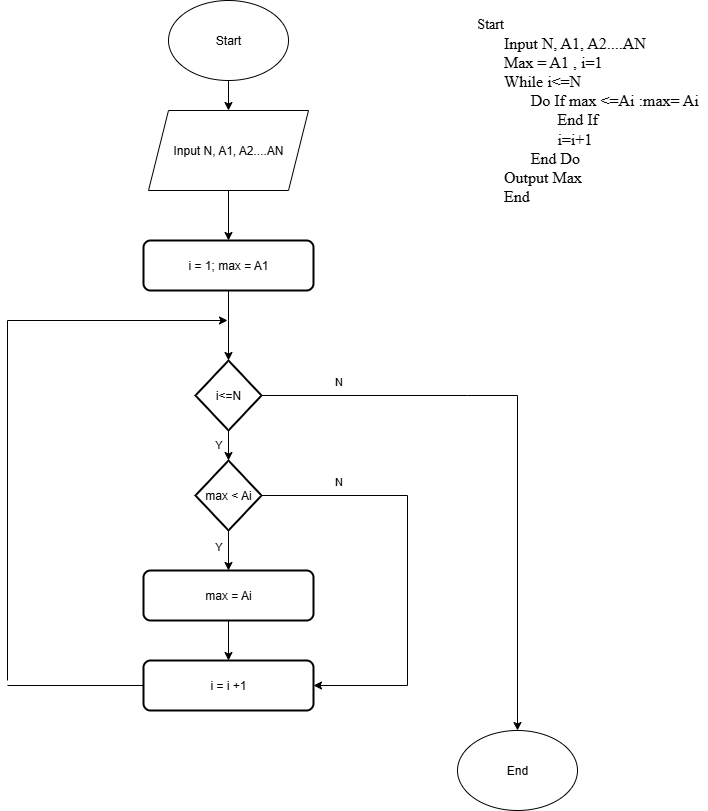
This is ss3_pseudo/bai5.png from DoanNhatLong/m1_c09, a draw.io export, as it was before one commit. Source tidied: cells renumbered, new cells last; positions are measured from the earlier drawing's top-left corner, leaving out a move shared by most shapes.
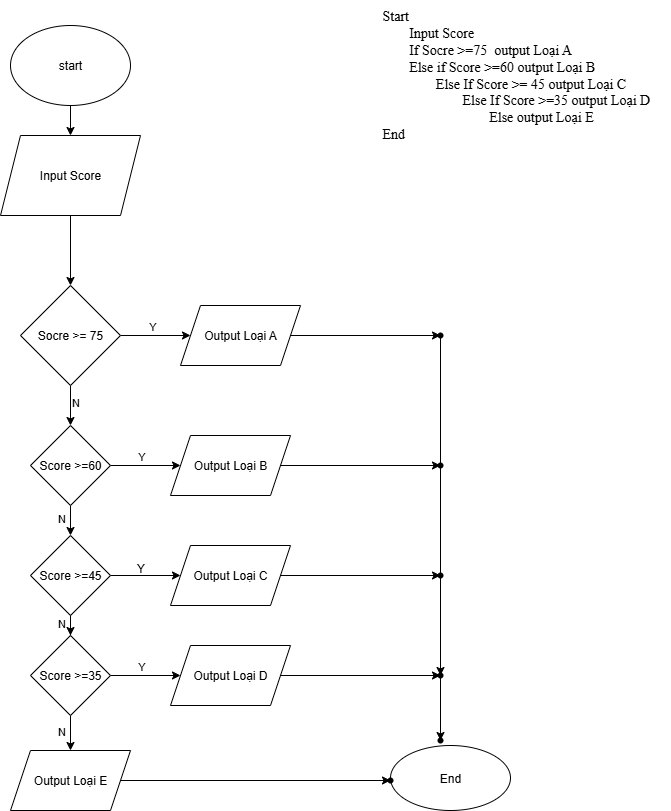
After the change.

Commit message:
Bai_tap_pseudo

Diff of the diagram source:
```diff
@@ -1,106 +1,150 @@
 <mxGraphModel>
   <root>
-    <mxCell id="0" />
-    <mxCell id="1" parent="0" />
-    <mxCell id="2" style="edgeStyle=orthogonalEdgeStyle;rounded=0;jettySize=auto;html=1;" parent="1" edge="1" source="3" target="5">
-      <mxGeometry relative="1" as="geometry" />
-    </mxCell>
-    <mxCell id="3" value="Start" style="ellipse;whiteSpace=wrap;html=1;" parent="1" vertex="1">
-      <mxGeometry x="161" width="120" height="80" as="geometry" />
-    </mxCell>
-    <mxCell id="4" style="edgeStyle=orthogonalEdgeStyle;rounded=0;jettySize=auto;html=1;" parent="1" edge="1" source="5" target="6">
-      <mxGeometry relative="1" as="geometry" />
-    </mxCell>
-    <mxCell id="5" value="Input N, A1, A2....AN" style="shape=parallelogram;perimeter=parallelogramPerimeter;whiteSpace=wrap;html=1;fixedSize=1;" parent="1" vertex="1">
-      <mxGeometry x="141" y="110" width="160" height="80" as="geometry" />
-    </mxCell>
-    <mxCell id="6" value="i = 1; max = A1" style="rounded=1;whiteSpace=wrap;html=1;absoluteArcSize=1;arcSize=14;strokeWidth=2;" parent="1" vertex="1">
-      <mxGeometry x="136" y="240" width="170" height="50" as="geometry" />
-    </mxCell>
-    <mxCell id="7" style="edgeStyle=orthogonalEdgeStyle;rounded=0;jettySize=auto;html=1;" parent="1" edge="1" source="11" target="14">
-      <mxGeometry relative="1" as="geometry" />
-    </mxCell>
-    <mxCell id="8" value="Y" style="edgeLabel;html=1;align=center;verticalAlign=middle;" parent="7" vertex="1">
-      <mxGeometry x="0.3" y="1" relative="1" as="geometry">
-        <mxPoint x="-12" as="offset" />
-      </mxGeometry>
-    </mxCell>
-    <mxCell id="9" style="edgeStyle=orthogonalEdgeStyle;rounded=0;jettySize=auto;html=1;" parent="1" edge="1" source="11">
-      <mxGeometry relative="1" as="geometry">
-        <mxPoint x="510" y="730" as="targetPoint" />
-        <Array as="points">
-          <mxPoint x="460" y="395" />
-          <mxPoint x="460" y="395" />
-        </Array>
-      </mxGeometry>
-    </mxCell>
-    <mxCell id="10" value="N" style="edgeLabel;html=1;align=center;verticalAlign=middle;" parent="9" vertex="1">
-      <mxGeometry x="-0.81" relative="1" as="geometry">
-        <mxPoint x="20" y="-15" as="offset" />
-      </mxGeometry>
-    </mxCell>
-    <mxCell id="11" value="i&amp;lt;=N" style="strokeWidth=2;html=1;shape=mxgraph.flowchart.decision;whiteSpace=wrap;" parent="1" vertex="1">
-      <mxGeometry x="188" y="360" width="66" height="70" as="geometry" />
-    </mxCell>
-    <mxCell id="12" style="edgeStyle=orthogonalEdgeStyle;rounded=0;jettySize=auto;html=1;" parent="1" edge="1" source="14" target="16">
-      <mxGeometry relative="1" as="geometry" />
-    </mxCell>
-    <mxCell id="13" value="Y" style="edgeLabel;html=1;align=center;verticalAlign=middle;" parent="12" vertex="1">
-      <mxGeometry x="-0.07" relative="1" as="geometry">
-        <mxPoint x="-11" y="-4" as="offset" />
-      </mxGeometry>
-    </mxCell>
-    <mxCell id="14" value="max &amp;lt; Ai" style="strokeWidth=2;html=1;shape=mxgraph.flowchart.decision;whiteSpace=wrap;" parent="1" vertex="1">
-      <mxGeometry x="188" y="460" width="66" height="70" as="geometry" />
-    </mxCell>
-    <mxCell id="15" style="edgeStyle=orthogonalEdgeStyle;rounded=0;jettySize=auto;html=1;" parent="1" edge="1" source="16" target="17">
-      <mxGeometry relative="1" as="geometry" />
-    </mxCell>
-    <mxCell id="16" value="max = Ai" style="rounded=1;whiteSpace=wrap;html=1;absoluteArcSize=1;arcSize=14;strokeWidth=2;" parent="1" vertex="1">
-      <mxGeometry x="136" y="570" width="170" height="50" as="geometry" />
-    </mxCell>
-    <mxCell id="17" value="i = i +1" style="rounded=1;whiteSpace=wrap;html=1;absoluteArcSize=1;arcSize=14;strokeWidth=2;" parent="1" vertex="1">
-      <mxGeometry x="136" y="660" width="170" height="50" as="geometry" />
-    </mxCell>
-    <mxCell id="18" style="endArrow=classic;html=1;rounded=0;exitX=0.5;exitY=1;exitDx=0;exitDy=0;entryX=0.5;entryY=0;entryDx=0;entryDy=0;entryPerimeter=0;" parent="1" edge="1" source="6" target="11">
-      <mxGeometry relative="1" as="geometry">
-        <Array as="points">
-          <mxPoint x="221" y="320" />
-        </Array>
-      </mxGeometry>
-    </mxCell>
-    <mxCell id="19" style="endArrow=none;html=1;rounded=0;entryX=0;entryY=0.5;entryDx=0;entryDy=0;" parent="1" edge="1" target="17">
-      <mxGeometry relative="1" as="geometry">
-        <mxPoint y="685" as="sourcePoint" />
-      </mxGeometry>
-    </mxCell>
-    <mxCell id="20" style="endArrow=classic;html=1;rounded=0;" parent="1" edge="1">
-      <mxGeometry relative="1" as="geometry">
-        <mxPoint y="680" as="sourcePoint" />
-        <mxPoint x="220" y="320" as="targetPoint" />
-        <Array as="points">
-          <mxPoint y="320" />
-        </Array>
-      </mxGeometry>
-    </mxCell>
-    <mxCell id="21" style="endArrow=classic;html=1;rounded=0;exitX=1;exitY=0.5;exitDx=0;exitDy=0;exitPerimeter=0;entryX=1;entryY=0.5;entryDx=0;entryDy=0;" parent="1" edge="1" source="14" target="17">
-      <mxGeometry relative="1" as="geometry">
-        <Array as="points">
-          <mxPoint x="400" y="495" />
-          <mxPoint x="400" y="685" />
-        </Array>
-      </mxGeometry>
-    </mxCell>
-    <mxCell id="22" value="N" style="edgeLabel;html=1;align=center;verticalAlign=middle;" parent="21" vertex="1">
-      <mxGeometry x="-0.61" y="-2" relative="1" as="geometry">
-        <mxPoint x="-8" y="-17" as="offset" />
-      </mxGeometry>
-    </mxCell>
+    <mxCell id="25" />
+    <mxCell id="26" parent="25" />
+    <mxCell id="27" style="edgeStyle=orthogonalEdgeStyle;rounded=0;jettySize=auto;html=1;" parent="26" edge="1" source="28" target="29">
+      <mxGeometry relative="1" as="geometry" />
+    </mxCell>
+    <mxCell id="28" value="start" style="ellipse;whiteSpace=wrap;html=1;" parent="26" vertex="1">
+      <mxGeometry x="70" y="10" width="120" height="80" as="geometry" />
+    </mxCell>
+    <mxCell id="29" value="Input Score" style="shape=parallelogram;perimeter=parallelogramPerimeter;whiteSpace=wrap;html=1;fixedSize=1;" parent="26" vertex="1">
+      <mxGeometry x="60" y="120" width="140" height="80" as="geometry" />
+    </mxCell>
+    <mxCell id="30" style="edgeStyle=orthogonalEdgeStyle;rounded=0;jettySize=auto;html=1;exitX=0.5;exitY=1;exitDx=0;exitDy=0;entryX=0.5;entryY=0;entryDx=0;entryDy=0;entryPerimeter=0;" parent="26" edge="1" source="29" target="36">
+      <mxGeometry relative="1" as="geometry" />
+    </mxCell>
-    <mxCell id="23" value="End" style="ellipse;whiteSpace=wrap;html=1;" parent="1" vertex="1">
-      <mxGeometry x="450" y="730" width="120" height="80" as="geometry" />
+    <mxCell id="23" value="End" style="ellipse;whiteSpace=wrap;html=1;" parent="26" vertex="1">
+      <mxGeometry x="450" y="730" width="120" height="65" as="geometry" />
     </mxCell>
-    <mxCell id="24" value="&lt;div style=&quot;text-align: left;&quot;&gt;&lt;span style=&quot;background-color: transparent; color: light-dark(rgb(0, 0, 0), rgb(255, 255, 255));&quot;&gt;&lt;font face=&quot;Times New Roman&quot; style=&quot;font-size: 14px;&quot;&gt;Start&lt;/font&gt;&lt;/span&gt;&lt;/div&gt;&lt;div style=&quot;text-align: left;&quot;&gt;&lt;font face=&quot;Times New Roman&quot; size=&quot;3&quot;&gt;&lt;span style=&quot;white-space: pre;&quot;&gt;&#9;&lt;/span&gt;Input N, A1, A2....AN&lt;/font&gt;&lt;br&gt;&lt;/div&gt;&lt;div style=&quot;text-align: left;&quot;&gt;&lt;font face=&quot;Times New Roman&quot; size=&quot;3&quot;&gt;&lt;span style=&quot;white-space: pre;&quot;&gt;&#9;&lt;/span&gt;Max = A1 , i=1&lt;br&gt;&lt;span style=&quot;white-space: pre;&quot;&gt;&#9;&lt;/span&gt;While i&amp;lt;=N&amp;nbsp;&lt;br&gt;&lt;span style=&quot;white-space: pre;&quot;&gt;&#9;&lt;/span&gt;&lt;span style=&quot;white-space: pre;&quot;&gt;&#9;&lt;/span&gt;Do If max &amp;lt;=Ai :max= Ai&lt;br&gt;&lt;span style=&quot;white-space: pre;&quot;&gt;&#9;&lt;/span&gt;&lt;span style=&quot;white-space: pre;&quot;&gt;&#9;&lt;/span&gt;&lt;span style=&quot;white-space: pre;&quot;&gt;&#9;&lt;/span&gt;End If&lt;br&gt;&lt;span style=&quot;white-space: pre;&quot;&gt;&#9;&lt;/span&gt;&lt;span style=&quot;white-space: pre;&quot;&gt;&#9;&lt;/span&gt;&lt;span style=&quot;white-space: pre;&quot;&gt;&#9;&lt;/span&gt;i=i+1&lt;br&gt;&lt;/font&gt;&lt;/div&gt;&lt;div style=&quot;text-align: left;&quot;&gt;&lt;font face=&quot;Times New Roman&quot; size=&quot;3&quot;&gt;&lt;span style=&quot;white-space: pre;&quot;&gt;&#9;&lt;/span&gt;&lt;span style=&quot;white-space: pre;&quot;&gt;&#9;&lt;/span&gt;End Do&lt;br&gt;&lt;/font&gt;&lt;/div&gt;&lt;div style=&quot;text-align: left;&quot;&gt;&lt;font face=&quot;Times New Roman&quot; size=&quot;3&quot;&gt;&lt;span style=&quot;white-space: pre;&quot;&gt;&#9;&lt;/span&gt;Output Max&lt;br&gt;&lt;span style=&quot;white-space: pre;&quot;&gt;&#9;&lt;/span&gt;End&lt;br&gt;&lt;/font&gt;&lt;/div&gt;" style="text;html=1;align=center;verticalAlign=middle;strokeColor=none;fillColor=none;" parent="1" vertex="1">
-      <mxGeometry x="460" y="10" width="240" height="200" as="geometry" />
-    </mxCell>
+    <mxCell id="31" value="&lt;font style=&quot;font-size: 14px;&quot; face=&quot;Times New Roman&quot;&gt;Start&lt;br&gt;&lt;span style=&quot;white-space: pre;&quot;&gt;&#9;&lt;/span&gt;Input Score&lt;/font&gt;&lt;div&gt;&lt;font face=&quot;Times New Roman&quot;&gt;&lt;span style=&quot;font-size: 14px;&quot;&gt;&lt;span style=&quot;white-space: pre;&quot;&gt;&#9;&lt;/span&gt;If Socre &amp;gt;=75&amp;nbsp; output Loại A&lt;br&gt;&lt;span style=&quot;white-space: pre;&quot;&gt;&#9;&lt;/span&gt;Else if Score &amp;gt;=60 output Loại B&lt;br&gt;&lt;span style=&quot;white-space: pre;&quot;&gt;&#9;&lt;/span&gt;&lt;span style=&quot;white-space: pre;&quot;&gt;&#9;&lt;/span&gt;Else If Score &amp;gt;= 45 output Loại C&lt;br&gt;&lt;span style=&quot;white-space: pre;&quot;&gt;&#9;&lt;/span&gt;&lt;span style=&quot;white-space: pre;&quot;&gt;&#9;&lt;/span&gt;&lt;span style=&quot;white-space: pre;&quot;&gt;&#9;&lt;/span&gt;Else If Score &amp;gt;=35 output Loại D&lt;br&gt;&lt;span style=&quot;white-space: pre;&quot;&gt;&#9;&lt;/span&gt;&lt;span style=&quot;white-space: pre;&quot;&gt;&#9;&lt;/span&gt;&lt;span style=&quot;white-space: pre;&quot;&gt;&#9;&lt;/span&gt;&lt;span style=&quot;white-space: pre;&quot;&gt;&#9;&lt;/span&gt;Else output Loại E&lt;br&gt;&lt;/span&gt;&lt;/font&gt;&lt;div&gt;&lt;font style=&quot;font-size: 14px;&quot; face=&quot;Times New Roman&quot;&gt;End&lt;/font&gt;&lt;/div&gt;&lt;div&gt;&lt;/div&gt;&lt;/div&gt;" style="text;html=1;align=left;verticalAlign=middle;strokeColor=none;fillColor=none;" parent="26" vertex="1">
+      <mxGeometry x="440" y="-15" width="290" height="150" as="geometry" />
+    </mxCell>
+    <mxCell id="32" style="edgeStyle=orthogonalEdgeStyle;rounded=0;jettySize=auto;html=1;" parent="26" edge="1" source="36" target="43">
+      <mxGeometry relative="1" as="geometry" />
+    </mxCell>
+    <mxCell id="33" value="N" style="edgeLabel;html=1;align=center;verticalAlign=middle;" parent="32" vertex="1">
+      <mxGeometry x="-0.19" y="4" relative="1" as="geometry" />
+    </mxCell>
+    <mxCell id="34" style="edgeStyle=orthogonalEdgeStyle;rounded=0;jettySize=auto;html=1;" parent="26" edge="1" source="36" target="38">
+      <mxGeometry relative="1" as="geometry" />
+    </mxCell>
+    <mxCell id="35" value="Y" style="edgeLabel;html=1;align=center;verticalAlign=middle;" parent="34" vertex="1">
+      <mxGeometry x="-0.11" y="-2" relative="1" as="geometry">
+        <mxPoint y="-12" as="offset" />
+      </mxGeometry>
+    </mxCell>
+    <mxCell id="36" value="Socre &amp;gt;= 75" style="rhombus;whiteSpace=wrap;html=1;" parent="26" vertex="1">
+      <mxGeometry x="80" y="270" width="100" height="100" as="geometry" />
+    </mxCell>
+    <mxCell id="37" style="edgeStyle=orthogonalEdgeStyle;rounded=0;jettySize=auto;html=1;" parent="26" edge="1" source="38" target="49">
+      <mxGeometry relative="1" as="geometry" />
+    </mxCell>
+    <mxCell id="38" value="Output Loại A" style="shape=parallelogram;perimeter=parallelogramPerimeter;whiteSpace=wrap;html=1;fixedSize=1;" parent="26" vertex="1">
+      <mxGeometry x="240" y="290" width="120" height="60" as="geometry" />
+    </mxCell>
+    <mxCell id="39" style="edgeStyle=orthogonalEdgeStyle;rounded=0;jettySize=auto;html=1;" parent="26" edge="1" source="43" target="45">
+      <mxGeometry relative="1" as="geometry" />
+    </mxCell>
+    <mxCell id="40" value="Y" style="edgeLabel;html=1;align=center;verticalAlign=middle;" parent="39" vertex="1">
+      <mxGeometry x="-0.02" relative="1" as="geometry">
+        <mxPoint x="-4" y="-10" as="offset" />
+      </mxGeometry>
+    </mxCell>
+    <mxCell id="41" style="edgeStyle=orthogonalEdgeStyle;rounded=0;jettySize=auto;html=1;" parent="26" edge="1" source="43" target="56">
+      <mxGeometry relative="1" as="geometry" />
+    </mxCell>
+    <mxCell id="42" value="N" style="edgeLabel;html=1;align=center;verticalAlign=middle;" parent="41" vertex="1">
+      <mxGeometry x="0.3" y="2" relative="1" as="geometry">
+        <mxPoint x="-12" as="offset" />
+      </mxGeometry>
+    </mxCell>
+    <mxCell id="43" value="Score &amp;gt;=60" style="rhombus;whiteSpace=wrap;html=1;" parent="26" vertex="1">
+      <mxGeometry x="90" y="410" width="80" height="80" as="geometry" />
+    </mxCell>
+    <mxCell id="44" style="edgeStyle=orthogonalEdgeStyle;rounded=0;jettySize=auto;html=1;" parent="26" edge="1" source="45" target="51">
+      <mxGeometry relative="1" as="geometry" />
+    </mxCell>
+    <mxCell id="45" value="Output Loại B" style="shape=parallelogram;perimeter=parallelogramPerimeter;whiteSpace=wrap;html=1;fixedSize=1;" parent="26" vertex="1">
+      <mxGeometry x="230" y="420" width="120" height="60" as="geometry" />
+    </mxCell>
+    <mxCell id="46" style="edgeStyle=orthogonalEdgeStyle;rounded=0;jettySize=auto;html=1;" parent="26" edge="1" source="47" target="52">
+      <mxGeometry relative="1" as="geometry" />
+    </mxCell>
+    <mxCell id="47" value="Output Loại E" style="shape=parallelogram;perimeter=parallelogramPerimeter;whiteSpace=wrap;html=1;fixedSize=1;" parent="26" vertex="1">
+      <mxGeometry x="70" y="735" width="120" height="60" as="geometry" />
+    </mxCell>
+    <mxCell id="48" style="edgeStyle=orthogonalEdgeStyle;rounded=0;jettySize=auto;html=1;" parent="26" edge="1" source="68" target="50">
+      <mxGeometry relative="1" as="geometry" />
+    </mxCell>
+    <mxCell id="49" style="shape=waypoint;sketch=0;size=6;points=[];fillColor=default;perimeter=centerPerimeter;snapToPoint=1;" parent="26" vertex="1">
+      <mxGeometry x="490" y="310" width="20" height="20" as="geometry" />
+    </mxCell>
+    <mxCell id="50" style="shape=waypoint;sketch=0;size=6;points=[];fillColor=default;perimeter=centerPerimeter;snapToPoint=1;" parent="26" vertex="1">
+      <mxGeometry x="490" y="715" width="20" height="20" as="geometry" />
+    </mxCell>
+    <mxCell id="51" style="shape=waypoint;sketch=0;size=6;points=[];fillColor=default;perimeter=centerPerimeter;snapToPoint=1;" parent="26" vertex="1">
+      <mxGeometry x="490" y="440" width="20" height="20" as="geometry" />
+    </mxCell>
+    <mxCell id="52" style="shape=waypoint;sketch=0;size=6;points=[];fillColor=default;perimeter=centerPerimeter;snapToPoint=1;" parent="26" vertex="1">
+      <mxGeometry x="440" y="755" width="20" height="20" as="geometry" />
+    </mxCell>
+    <mxCell id="53" style="edgeStyle=orthogonalEdgeStyle;rounded=0;jettySize=auto;html=1;" parent="26" edge="1" source="56" target="58">
+      <mxGeometry relative="1" as="geometry" />
+    </mxCell>
+    <mxCell id="54" style="edgeStyle=orthogonalEdgeStyle;rounded=0;jettySize=auto;html=1;" parent="26" edge="1" source="56" target="63">
+      <mxGeometry relative="1" as="geometry" />
+    </mxCell>
+    <mxCell id="55" value="N" style="edgeLabel;html=1;align=center;verticalAlign=middle;" parent="54" vertex="1">
+      <mxGeometry x="0.58" y="-1" relative="1" as="geometry">
+        <mxPoint x="-9" as="offset" />
+      </mxGeometry>
+    </mxCell>
+    <mxCell id="56" value="Score &amp;gt;=45" style="rhombus;whiteSpace=wrap;html=1;" parent="26" vertex="1">
+      <mxGeometry x="90" y="520" width="80" height="80" as="geometry" />
+    </mxCell>
+    <mxCell id="57" style="edgeStyle=orthogonalEdgeStyle;rounded=0;jettySize=auto;html=1;" parent="26" edge="1" source="58" target="66">
+      <mxGeometry relative="1" as="geometry" />
+    </mxCell>
+    <mxCell id="58" value="Output Loại C" style="shape=parallelogram;perimeter=parallelogramPerimeter;whiteSpace=wrap;html=1;fixedSize=1;" parent="26" vertex="1">
+      <mxGeometry x="230" y="530" width="120" height="60" as="geometry" />
+    </mxCell>
+    <mxCell id="59" style="edgeStyle=orthogonalEdgeStyle;rounded=0;jettySize=auto;html=1;" parent="26" edge="1" source="63" target="65">
+      <mxGeometry relative="1" as="geometry" />
+    </mxCell>
+    <mxCell id="60" value="Y" style="edgeLabel;html=1;align=center;verticalAlign=middle;" parent="59" vertex="1">
+      <mxGeometry x="-0.28" y="2" relative="1" as="geometry">
+        <mxPoint x="5" y="-8" as="offset" />
+      </mxGeometry>
+    </mxCell>
+    <mxCell id="61" style="edgeStyle=orthogonalEdgeStyle;rounded=0;jettySize=auto;html=1;" parent="26" edge="1" source="63" target="47">
+      <mxGeometry relative="1" as="geometry" />
+    </mxCell>
+    <mxCell id="62" value="N" style="edgeLabel;html=1;align=center;verticalAlign=middle;" parent="61" vertex="1">
+      <mxGeometry x="0.22" y="1" relative="1" as="geometry">
+        <mxPoint x="-11" y="-2" as="offset" />
+      </mxGeometry>
+    </mxCell>
+    <mxCell id="63" value="Score &amp;gt;=35" style="rhombus;whiteSpace=wrap;html=1;" parent="26" vertex="1">
+      <mxGeometry x="90" y="620" width="80" height="80" as="geometry" />
+    </mxCell>
+    <mxCell id="64" style="edgeStyle=orthogonalEdgeStyle;rounded=0;jettySize=auto;html=1;" parent="26" edge="1" source="65" target="68">
+      <mxGeometry relative="1" as="geometry" />
+    </mxCell>
+    <mxCell id="65" value="Output Loại D" style="shape=parallelogram;perimeter=parallelogramPerimeter;whiteSpace=wrap;html=1;fixedSize=1;" parent="26" vertex="1">
+      <mxGeometry x="230" y="630" width="120" height="60" as="geometry" />
+    </mxCell>
+    <mxCell id="66" style="shape=waypoint;sketch=0;size=6;points=[];fillColor=default;perimeter=centerPerimeter;snapToPoint=1;" parent="26" vertex="1">
+      <mxGeometry x="490" y="550" width="20" height="20" as="geometry" />
+    </mxCell>
+    <mxCell id="67" style="edgeStyle=orthogonalEdgeStyle;rounded=0;jettySize=auto;html=1;" parent="26" edge="1" source="49" target="68">
+      <mxGeometry relative="1" as="geometry" />
+    </mxCell>
+    <mxCell id="68" style="shape=waypoint;sketch=0;size=6;points=[];fillColor=default;perimeter=centerPerimeter;snapToPoint=1;" parent="26" vertex="1">
+      <mxGeometry x="490" y="650" width="20" height="20" as="geometry" />
+    </mxCell>
+    <mxCell id="69" value="Y" style="text;html=1;align=center;verticalAlign=middle;strokeColor=none;fillColor=none;" parent="26" vertex="1">
+      <mxGeometry x="185" y="538" width="30" height="30" as="geometry" />
+    </mxCell>
   </root>
 </mxGraphModel>
```
